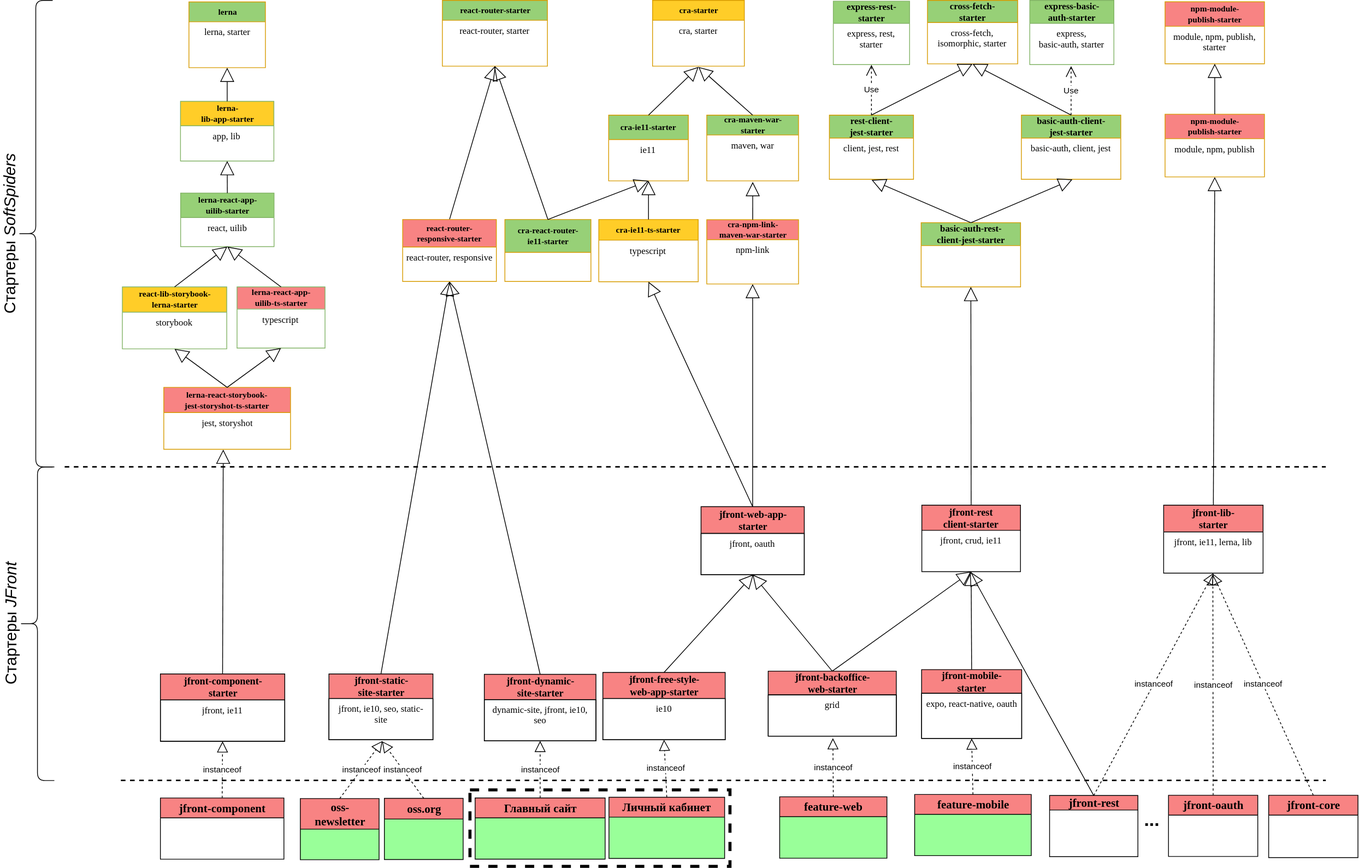
This is jfront/images/jfront-plan.svg from Jepria/doc, a draw.io export, as it was before one commit. Source tidied: cells renumbered, new cells last; positions are measured from the earlier drawing's top-left corner, leaving out a move shared by most shapes.
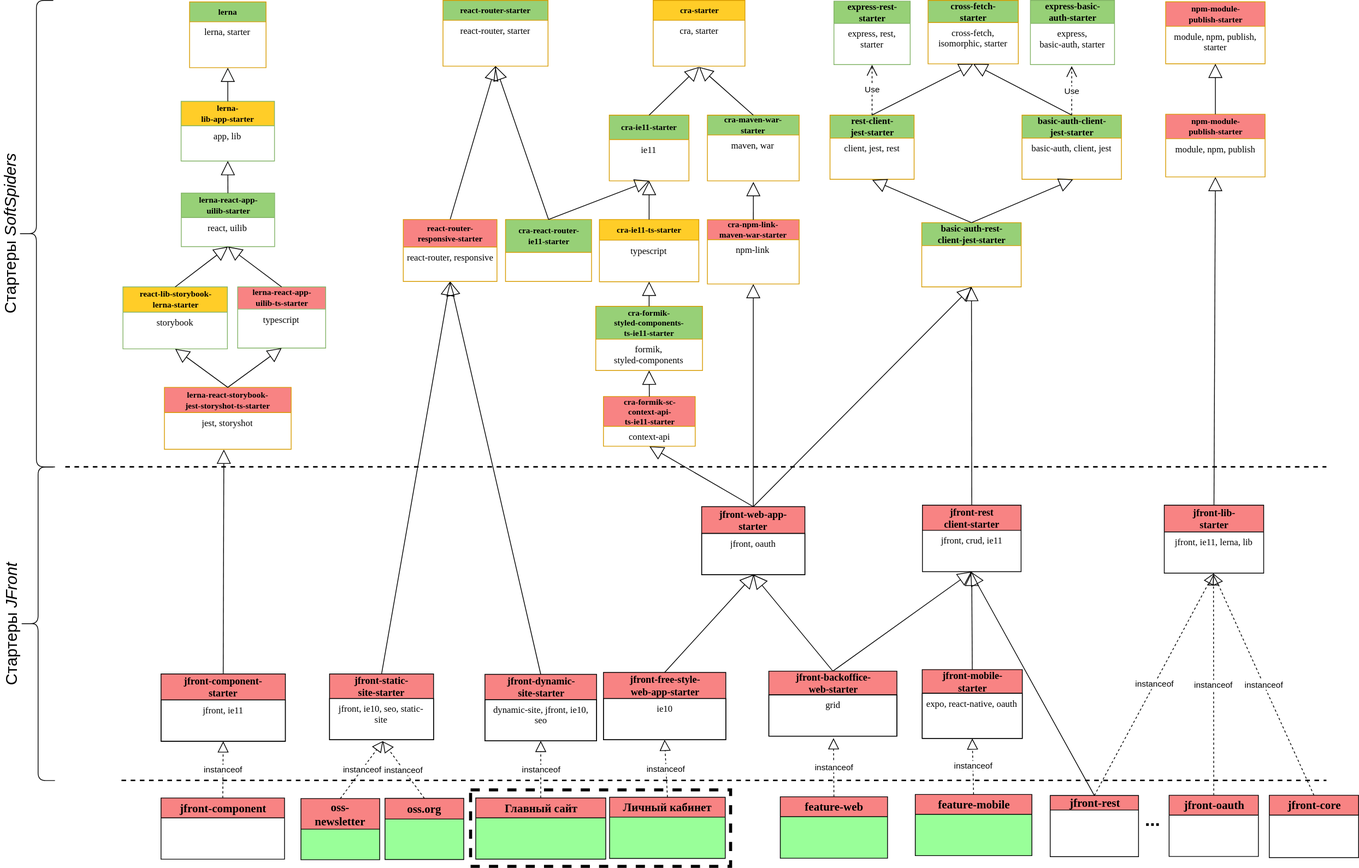
Above is the later version.

Commit message:
doc: jfront-plan diagram update

Diff of the diagram source:
```diff
@@ -42,7 +42,7 @@
       <mxGeometry y="33" width="146" height="54" as="geometry" />
     </mxCell>
     <mxCell id="15" value="&lt;b&gt;&lt;span style=&quot;font-size: 11px&quot;&gt;lerna-react-app-&lt;br&gt;uilib-starter&lt;/span&gt;&lt;/b&gt;&lt;b&gt;&lt;font style=&quot;font-size: 12px&quot;&gt;&lt;br&gt;&lt;/font&gt;&lt;/b&gt;" style="swimlane;html=1;fontStyle=0;horizontal=1;startSize=32;swimlaneFillColor=#ffffff;rounded=0;shadow=0;comic=0;labelBackgroundColor=none;strokeWidth=1;fontFamily=Verdana;fontSize=10;align=center;fillColor=#97D077;strokeColor=#82b366;" parent="1" vertex="1">
-      <mxGeometry x="337.6" y="252" width="122.1" height="70" as="geometry" />
+      <mxGeometry x="337.7" y="252" width="122.1" height="70" as="geometry" />
     </mxCell>
     <mxCell id="16" value="&lt;span style=&quot;font-family: &amp;#34;verdana&amp;#34;&quot;&gt;react, uilib&lt;/span&gt;" style="text;html=1;align=center;verticalAlign=top;spacingLeft=4;spacingRight=4;whiteSpace=wrap;overflow=hidden;" parent="15" vertex="1">
       <mxGeometry y="32" width="122.1" height="28" as="geometry" />
@@ -123,7 +123,7 @@
       <mxGeometry x="1297.5" y="1038.3" width="152.5" height="80" as="geometry" />
     </mxCell>
     <mxCell id="42" value="&lt;b&gt;&lt;font style=&quot;font-size: 15px&quot;&gt;oss-&lt;br&gt;newsletter&lt;/font&gt;&lt;/b&gt;" style="swimlane;html=1;fontStyle=0;horizontal=1;startSize=40;fillColor=#F88383;swimlaneFillColor=#99FF99;rounded=0;shadow=0;comic=0;labelBackgroundColor=none;strokeWidth=1;fontFamily=Verdana;fontSize=10;align=center;strokeColor=#000000;" parent="1" vertex="1">
-      <mxGeometry x="494.1" y="1043.7" width="103" height="80" as="geometry" />
+      <mxGeometry x="494.2" y="1043.7" width="103" height="80" as="geometry" />
     </mxCell>
     <mxCell id="43" value="instanceof" style="endArrow=block;dashed=1;endFill=0;endSize=12;html=1;exitX=0.5;exitY=0;exitDx=0;exitDy=0;entryX=0.515;entryY=1.029;entryDx=0;entryDy=0;entryPerimeter=0;" parent="1" edge="1" source="42" target="4">
       <mxGeometry relative="1" as="geometry" />
@@ -321,7 +321,7 @@
       <mxGeometry y="36" width="122.5" height="37" as="geometry" />
     </mxCell>
     <mxCell id="106" value="&lt;b&gt;&lt;span style=&quot;font-size: 11px&quot;&gt;lerna-&lt;br&gt;lib-app-starter&lt;/span&gt;&lt;/b&gt;&lt;b&gt;&lt;font style=&quot;font-size: 12px&quot;&gt;&lt;br&gt;&lt;/font&gt;&lt;/b&gt;" style="swimlane;html=1;fontStyle=0;horizontal=1;startSize=32;swimlaneFillColor=#ffffff;rounded=0;shadow=0;comic=0;labelBackgroundColor=none;strokeWidth=1;fontFamily=Verdana;fontSize=10;align=center;fillColor=#FFCD28;strokeColor=#82b366;" parent="1" vertex="1">
-      <mxGeometry x="337.4" y="132" width="122.1" height="78" as="geometry" />
+      <mxGeometry x="337.5" y="132" width="122.1" height="78" as="geometry" />
     </mxCell>
     <mxCell id="107" value="&lt;span style=&quot;font-family: &amp;#34;verdana&amp;#34;&quot;&gt;app, lib&lt;/span&gt;" style="text;html=1;align=center;verticalAlign=top;spacingLeft=4;spacingRight=4;whiteSpace=wrap;overflow=hidden;" parent="106" vertex="1">
       <mxGeometry y="32" width="122.1" height="38" as="geometry" />
@@ -341,7 +341,7 @@
     <mxCell id="112" style="endArrow=block;endSize=16;endFill=0;html=1;exitX=0.5;exitY=0;exitDx=0;exitDy=0;entryX=0.5;entryY=1;entryDx=0;entryDy=0;" parent="1" edge="1" source="110" target="91">
       <mxGeometry relative="1" as="geometry" />
     </mxCell>
-    <mxCell id="113" style="endArrow=block;endSize=16;endFill=0;html=1;entryX=0.5;entryY=1;entryDx=0;entryDy=0;exitX=0.5;exitY=0;exitDx=0;exitDy=0;" parent="1" edge="1" source="6" target="101">
+    <mxCell id="113" style="endArrow=block;endSize=16;endFill=0;html=1;entryX=0.5;entryY=1;entryDx=0;entryDy=0;exitX=0.5;exitY=0;exitDx=0;exitDy=0;" parent="1" edge="1" source="6" target="122">
       <mxGeometry relative="1" as="geometry" />
     </mxCell>
     <mxCell id="114" value="&lt;b&gt;&lt;span style=&quot;font-size: 11px&quot;&gt;react-lib-storybook-&lt;br&gt;&lt;/span&gt;&lt;/b&gt;&lt;b&gt;&lt;span style=&quot;font-size: 11px&quot;&gt;lerna&lt;/span&gt;&lt;/b&gt;&lt;b&gt;&lt;span style=&quot;font-size: 11px&quot;&gt;-starter&lt;/span&gt;&lt;/b&gt;&lt;b&gt;&lt;font style=&quot;font-size: 12px&quot;&gt;&lt;br&gt;&lt;/font&gt;&lt;/b&gt;" style="swimlane;html=1;fontStyle=0;horizontal=1;startSize=33;swimlaneFillColor=#ffffff;rounded=0;shadow=0;comic=0;labelBackgroundColor=none;strokeWidth=1;fontFamily=Verdana;fontSize=10;align=center;fillColor=#FFCD28;strokeColor=#82b366;" parent="1" vertex="1">
@@ -368,5 +368,26 @@
     <mxCell id="121" style="endArrow=block;endSize=16;endFill=0;html=1;exitX=0.5;exitY=0;exitDx=0;exitDy=0;entryX=0.5;entryY=1;entryDx=0;entryDy=0;" parent="1" edge="1" source="89" target="117">
       <mxGeometry relative="1" as="geometry" />
     </mxCell>
+    <mxCell id="122" value="&lt;font&gt;&lt;span style=&quot;font-size: 11px&quot;&gt;&lt;b&gt;cra-formik-sc-&lt;br&gt;context-api-&lt;br&gt;ts-ie11-starter&lt;/b&gt;&lt;/span&gt;&lt;br&gt;&lt;/font&gt;" style="swimlane;html=1;fontStyle=0;horizontal=1;startSize=39;swimlaneFillColor=#ffffff;rounded=0;shadow=0;comic=0;labelBackgroundColor=none;strokeWidth=1;fontFamily=Verdana;fontSize=10;align=center;fillColor=#F88383;strokeColor=#d79b00;" parent="1" vertex="1">
+      <mxGeometry x="889.8" y="518" width="120" height="65" as="geometry" />
+    </mxCell>
+    <mxCell id="123" value="&lt;font face=&quot;verdana&quot;&gt;context-api&lt;/font&gt;" style="text;html=1;align=center;verticalAlign=top;spacingLeft=4;spacingRight=4;whiteSpace=wrap;overflow=hidden;" parent="122" vertex="1">
+      <mxGeometry y="39" width="120" height="24" as="geometry" />
+    </mxCell>
+    <mxCell id="124" style="endArrow=block;endSize=16;endFill=0;html=1;exitX=0.5;exitY=0;exitDx=0;exitDy=0;entryX=0.5;entryY=1;entryDx=0;entryDy=0;" parent="1" edge="1" source="122" target="126">
+      <mxGeometry relative="1" as="geometry" />
+    </mxCell>
+    <mxCell id="125" style="endArrow=block;endSize=16;endFill=0;html=1;exitX=0.5;exitY=0;exitDx=0;exitDy=0;entryX=0.5;entryY=1;entryDx=0;entryDy=0;" parent="1" edge="1" source="6" target="70">
+      <mxGeometry relative="1" as="geometry" />
+    </mxCell>
+    <mxCell id="126" value="&lt;font&gt;&lt;span style=&quot;font-size: 11px&quot;&gt;&lt;b&gt;cra-formik-&lt;br&gt;styled-components-&lt;br&gt;ts-ie11-starter&lt;/b&gt;&lt;/span&gt;&lt;br&gt;&lt;/font&gt;" style="swimlane;html=1;fontStyle=0;horizontal=1;startSize=43;swimlaneFillColor=#ffffff;rounded=0;shadow=0;comic=0;labelBackgroundColor=none;strokeWidth=1;fontFamily=Verdana;fontSize=10;align=center;fillColor=#97D077;strokeColor=#d79b00;" parent="1" vertex="1">
+      <mxGeometry x="879.7" y="400" width="139.6" height="84" as="geometry" />
+    </mxCell>
+    <mxCell id="127" value="&lt;font face=&quot;verdana&quot;&gt;formik,&lt;br&gt;styled-components&lt;/font&gt;" style="text;html=1;align=center;verticalAlign=top;spacingLeft=4;spacingRight=4;whiteSpace=wrap;overflow=hidden;" parent="126" vertex="1">
+      <mxGeometry y="43" width="139.6" height="41" as="geometry" />
+    </mxCell>
+    <mxCell id="128" style="endArrow=block;endSize=16;endFill=0;html=1;exitX=0.5;exitY=0;exitDx=0;exitDy=0;entryX=0.5;entryY=1;entryDx=0;entryDy=0;" parent="1" edge="1" source="126" target="101">
+      <mxGeometry relative="1" as="geometry" />
+    </mxCell>
   </root>
 </mxGraphModel>
```
